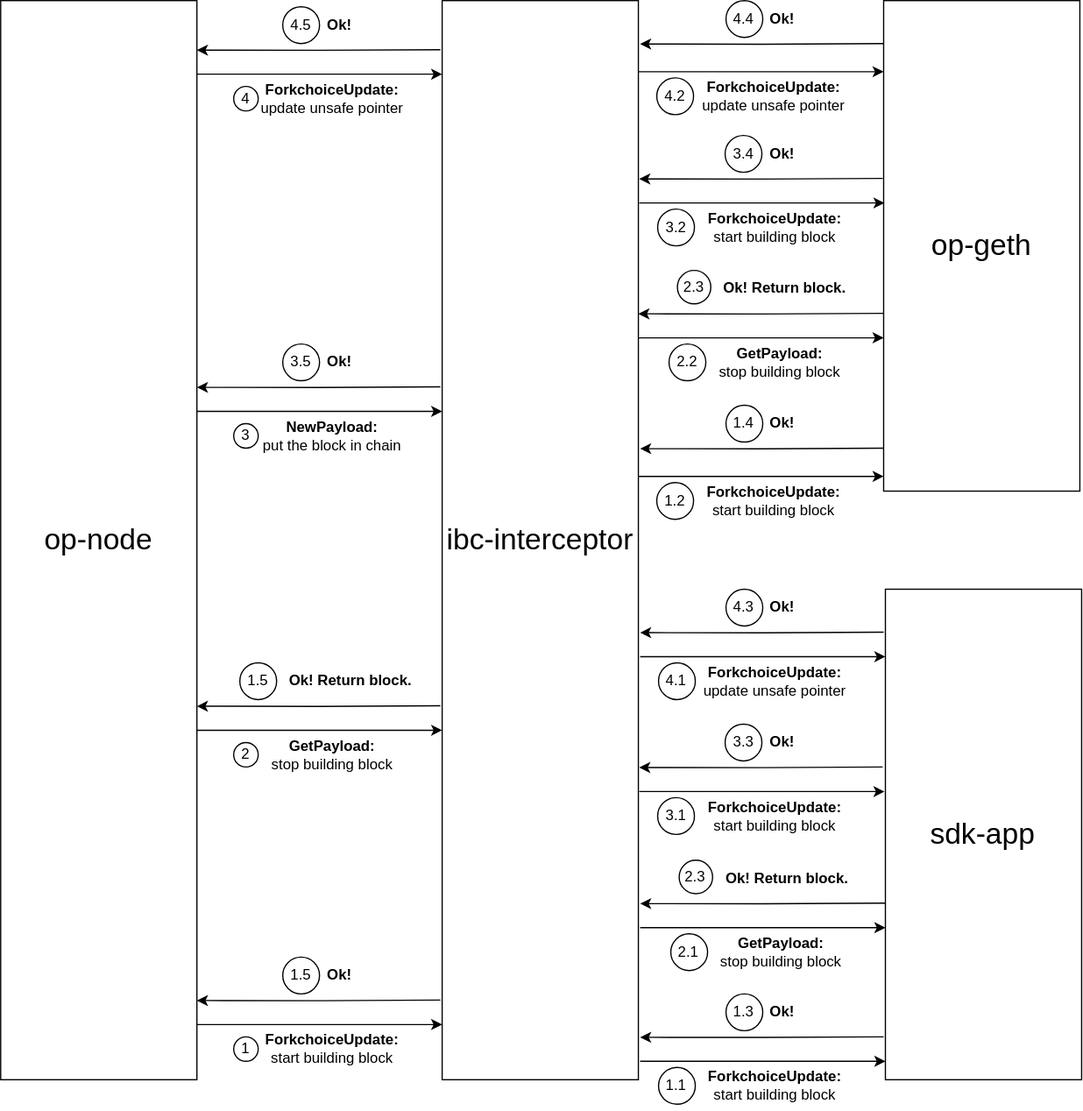
Earlier version of the draw.io export op-seq-light.svg (IBC-Scouts/ibc-interceptor). Source tidied: cells renumbered, new cells last; positions are measured from the earlier drawing's top-left corner, leaving out a move shared by most shapes.
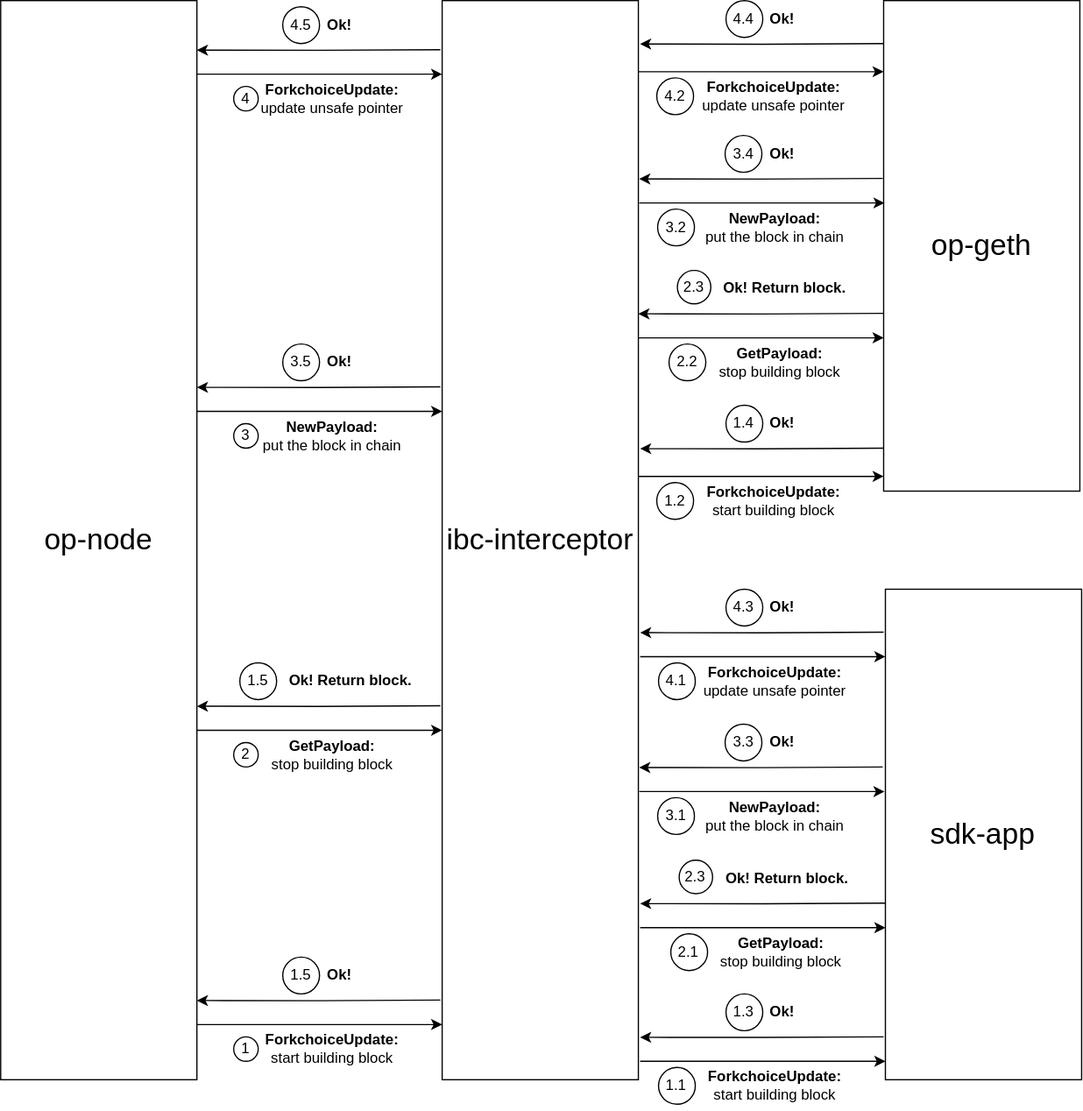
The same file after the commit.

What changed in the source:
```diff
@@ -248,8 +248,8 @@
         <mxPoint x="200" as="targetPoint" />
       </mxGeometry>
     </mxCell>
-    <mxCell id="68" value="&lt;b&gt;ForkchoiceUpdate:&lt;br&gt;&lt;/b&gt;start building block" style="text;html=1;align=center;verticalAlign=middle;strokeColor=none;fillColor=none;" parent="66" vertex="1">
-      <mxGeometry x="45" width="130" height="40" as="geometry" />
+    <mxCell id="68" value="&lt;b&gt;NewPayload:&lt;br&gt;&lt;/b&gt;put the block in chain" style="text;html=1;align=center;verticalAlign=middle;strokeColor=none;fillColor=none;" parent="66" vertex="1">
+      <mxGeometry x="40" width="140" height="40" as="geometry" />
     </mxCell>
     <mxCell id="69" value="3.1" style="ellipse;whiteSpace=wrap;html=1;" parent="66" vertex="1">
       <mxGeometry x="15" y="5" width="30" height="30" as="geometry" />
@@ -278,8 +278,8 @@
         <mxPoint x="200" as="targetPoint" />
       </mxGeometry>
     </mxCell>
-    <mxCell id="76" value="&lt;b&gt;ForkchoiceUpdate:&lt;br&gt;&lt;/b&gt;start building block" style="text;html=1;align=center;verticalAlign=middle;strokeColor=none;fillColor=none;" parent="74" vertex="1">
-      <mxGeometry x="45" width="130" height="40" as="geometry" />
+    <mxCell id="76" value="&lt;b&gt;NewPayload:&lt;br&gt;&lt;/b&gt;put the block in chain" style="text;html=1;align=center;verticalAlign=middle;strokeColor=none;fillColor=none;" parent="74" vertex="1">
+      <mxGeometry x="40" width="140" height="40" as="geometry" />
     </mxCell>
     <mxCell id="77" value="3.2" style="ellipse;whiteSpace=wrap;html=1;" parent="74" vertex="1">
       <mxGeometry x="15" y="5" width="30" height="30" as="geometry" />
```
